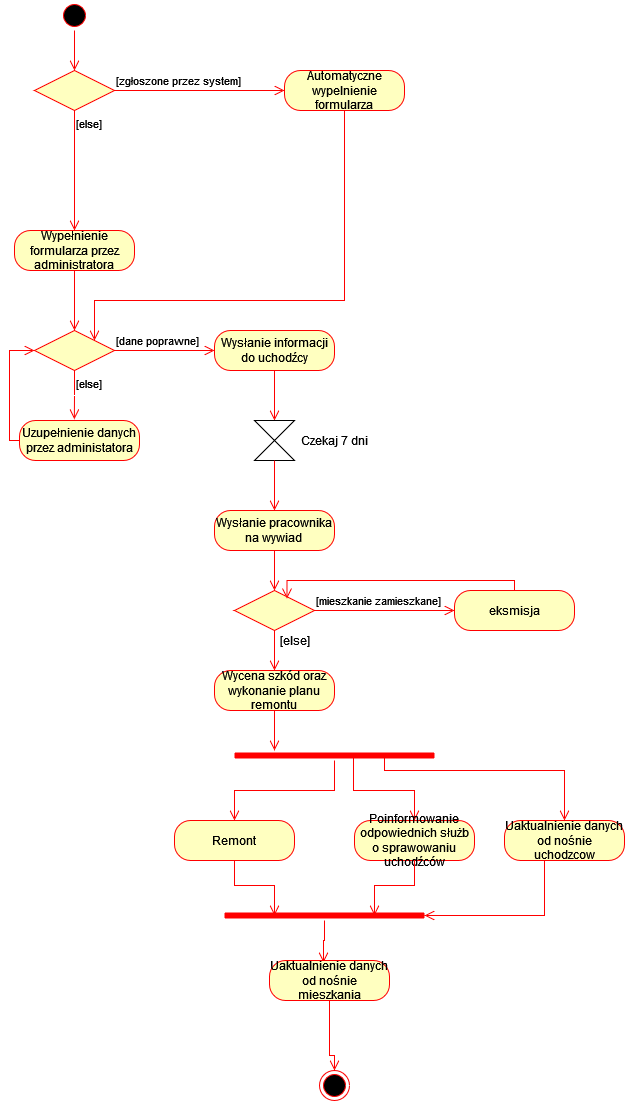
TheRipSon/inzyneria-oprogramowania keeps this draw.io diagram as diagramy czynności/diagramy/odebranie zakwaterowania.png. Above is the earlier version. Source tidied: cells renumbered, new cells last; positions are measured from the earlier drawing's top-left corner, leaving out a move shared by most shapes.
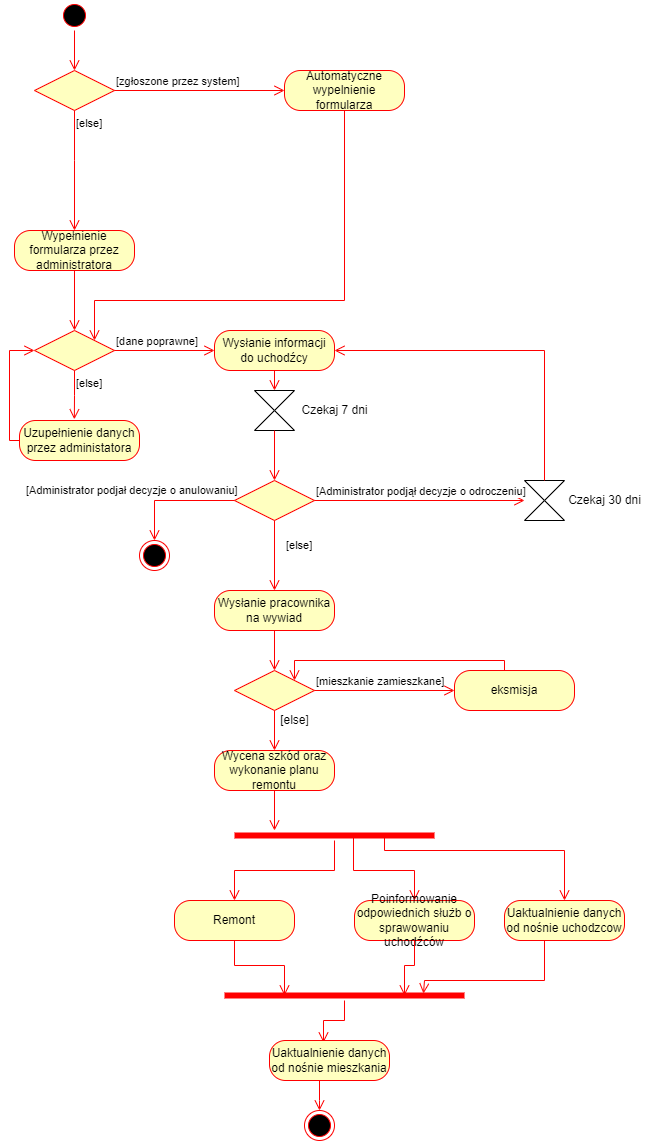
Above is the later version.

Diff of the diagram source:
```diff
@@ -3,13 +3,13 @@
     <mxCell id="0" />
     <mxCell id="1" parent="0" />
     <mxCell id="2" style="ellipse;html=1;shape=startState;fillColor=#000000;strokeColor=#ff0000;" parent="1" vertex="1">
-      <mxGeometry x="50" width="30" height="30" as="geometry" />
+      <mxGeometry x="50" y="-80" width="30" height="30" as="geometry" />
     </mxCell>
     <mxCell id="3" style="edgeStyle=orthogonalEdgeStyle;html=1;verticalAlign=bottom;endArrow=open;endSize=8;strokeColor=#ff0000;rounded=0;entryX=0.5;entryY=0;entryDx=0;entryDy=0;" parent="1" edge="1" source="2" target="4">
       <mxGeometry relative="1" as="geometry" />
     </mxCell>
     <mxCell id="4" style="rhombus;whiteSpace=wrap;html=1;fillColor=#ffffc0;strokeColor=#ff0000;" parent="1" vertex="1">
-      <mxGeometry x="25" y="70" width="80" height="40" as="geometry" />
+      <mxGeometry x="25" y="-10" width="80" height="40" as="geometry" />
     </mxCell>
     <mxCell id="5" value="[zgłoszone przez system]" style="edgeStyle=orthogonalEdgeStyle;html=1;align=left;verticalAlign=bottom;endArrow=open;endSize=8;strokeColor=#ff0000;rounded=0;entryX=0;entryY=0.5;entryDx=0;entryDy=0;" parent="1" edge="1" source="4" target="7">
       <mxGeometry x="-1" relative="1" as="geometry" />
@@ -17,32 +17,32 @@
     <mxCell id="6" value="[else]" style="edgeStyle=orthogonalEdgeStyle;html=1;align=left;verticalAlign=top;endArrow=open;endSize=8;strokeColor=#ff0000;rounded=0;entryX=0.5;entryY=0;entryDx=0;entryDy=0;" parent="1" edge="1" source="4" target="9">
       <mxGeometry x="-1" relative="1" as="geometry">
         <Array as="points">
-          <mxPoint x="65" y="160" />
-          <mxPoint x="65" y="160" />
+          <mxPoint x="65" y="80" />
+          <mxPoint x="65" y="80" />
         </Array>
       </mxGeometry>
     </mxCell>
     <mxCell id="7" value="Automatyczne wypelnienie formularza" style="rounded=1;whiteSpace=wrap;html=1;arcSize=40;fontColor=#000000;fillColor=#ffffc0;strokeColor=#ff0000;" parent="1" vertex="1">
-      <mxGeometry x="275" y="70" width="120" height="40" as="geometry" />
+      <mxGeometry x="275" y="-10" width="120" height="40" as="geometry" />
     </mxCell>
     <mxCell id="8" style="edgeStyle=orthogonalEdgeStyle;html=1;verticalAlign=bottom;endArrow=open;endSize=8;strokeColor=#ff0000;rounded=0;entryX=1;entryY=0;entryDx=0;entryDy=0;" parent="1" edge="1" source="7" target="11">
       <mxGeometry relative="1" as="geometry">
         <Array as="points">
-          <mxPoint x="335" y="300" />
-          <mxPoint x="85" y="300" />
+          <mxPoint x="335" y="220" />
+          <mxPoint x="85" y="220" />
         </Array>
       </mxGeometry>
     </mxCell>
     <mxCell id="9" value="Wypełnienie formularza przez administratora" style="rounded=1;whiteSpace=wrap;html=1;arcSize=40;fontColor=#000000;fillColor=#ffffc0;strokeColor=#ff0000;" parent="1" vertex="1">
-      <mxGeometry x="5" y="230" width="120" height="40" as="geometry" />
+      <mxGeometry x="5" y="150" width="120" height="40" as="geometry" />
     </mxCell>
     <mxCell id="10" style="edgeStyle=orthogonalEdgeStyle;html=1;verticalAlign=bottom;endArrow=open;endSize=8;strokeColor=#ff0000;rounded=0;" parent="1" edge="1" source="9">
       <mxGeometry relative="1" as="geometry">
-        <mxPoint x="65" y="330" as="targetPoint" />
+        <mxPoint x="65" y="250" as="targetPoint" />
       </mxGeometry>
     </mxCell>
     <mxCell id="11" style="rhombus;whiteSpace=wrap;html=1;fillColor=#ffffc0;strokeColor=#ff0000;" parent="1" vertex="1">
-      <mxGeometry x="25" y="330" width="80" height="40" as="geometry" />
+      <mxGeometry x="25" y="250" width="80" height="40" as="geometry" />
     </mxCell>
     <mxCell id="12" value="[dane poprawne]" style="edgeStyle=orthogonalEdgeStyle;html=1;align=left;verticalAlign=bottom;endArrow=open;endSize=8;strokeColor=#ff0000;rounded=0;entryX=0;entryY=0.5;entryDx=0;entryDy=0;" parent="1" edge="1" source="11" target="16">
       <mxGeometry x="-1" relative="1" as="geometry" />
@@ -51,29 +51,29 @@
       <mxGeometry x="-1" relative="1" as="geometry" />
     </mxCell>
     <mxCell id="14" value="Uzupełnienie danych przez administatora" style="rounded=1;whiteSpace=wrap;html=1;arcSize=40;fontColor=#000000;fillColor=#ffffc0;strokeColor=#ff0000;" parent="1" vertex="1">
-      <mxGeometry x="10" y="420" width="120" height="40" as="geometry" />
+      <mxGeometry x="10" y="340" width="120" height="40" as="geometry" />
     </mxCell>
     <mxCell id="15" style="edgeStyle=orthogonalEdgeStyle;html=1;verticalAlign=bottom;endArrow=open;endSize=8;strokeColor=#ff0000;rounded=0;entryX=0;entryY=0.5;entryDx=0;entryDy=0;" parent="1" edge="1" source="14" target="11">
       <mxGeometry relative="1" as="geometry">
         <Array as="points">
-          <mxPoint y="440" />
-          <mxPoint y="350" />
+          <mxPoint y="360" />
+          <mxPoint y="270" />
         </Array>
       </mxGeometry>
     </mxCell>
     <mxCell id="16" value="Wysłanie informacji do uchodźcy " style="rounded=1;whiteSpace=wrap;html=1;arcSize=40;fontColor=#000000;fillColor=#ffffc0;strokeColor=#ff0000;" parent="1" vertex="1">
-      <mxGeometry x="205" y="330" width="120" height="40" as="geometry" />
+      <mxGeometry x="205" y="250" width="120" height="40" as="geometry" />
     </mxCell>
     <mxCell id="17" style="edgeStyle=orthogonalEdgeStyle;html=1;verticalAlign=bottom;endArrow=open;endSize=8;strokeColor=#ff0000;rounded=0;entryX=0.5;entryY=0;entryDx=0;entryDy=0;" parent="1" edge="1" source="16" target="18">
       <mxGeometry relative="1" as="geometry" />
     </mxCell>
     <mxCell id="18" style="shape=collate;whiteSpace=wrap;html=1;" parent="1" vertex="1">
-      <mxGeometry x="245" y="420" width="40" height="40" as="geometry" />
+      <mxGeometry x="245" y="310" width="40" height="40" as="geometry" />
     </mxCell>
     <mxCell id="19" value="Czekaj 7 dni" style="text;html=1;align=center;verticalAlign=middle;strokeColor=none;fillColor=none;" parent="1" vertex="1">
-      <mxGeometry x="285" y="430" width="80" height="20" as="geometry" />
+      <mxGeometry x="285" y="320" width="80" height="20" as="geometry" />
     </mxCell>
-    <mxCell id="20" style="edgeStyle=orthogonalEdgeStyle;html=1;verticalAlign=bottom;endArrow=open;endSize=8;strokeColor=#ff0000;rounded=0;entryX=0.5;entryY=0;entryDx=0;entryDy=0;exitX=0.5;exitY=1;exitDx=0;exitDy=0;" parent="1" edge="1" source="18" target="21">
+    <mxCell id="20" style="edgeStyle=orthogonalEdgeStyle;html=1;verticalAlign=bottom;endArrow=open;endSize=8;strokeColor=#ff0000;rounded=0;exitX=0.5;exitY=1;exitDx=0;exitDy=0;entryX=0.5;entryY=0;entryDx=0;entryDy=0;" parent="1" edge="1" source="18" target="46">
       <mxGeometry relative="1" as="geometry" />
     </mxCell>
     <mxCell id="21" value="&lt;div&gt;Wysłanie pracownika&lt;/div&gt;&lt;div&gt;na wywiad&lt;br&gt;&lt;/div&gt;" style="rounded=1;whiteSpace=wrap;html=1;arcSize=40;fontColor=#000000;fillColor=#ffffc0;strokeColor=#ff0000;" parent="1" vertex="1">
@@ -94,11 +94,11 @@
     <mxCell id="26" value="eksmisja" style="rounded=1;whiteSpace=wrap;html=1;arcSize=40;fontColor=#000000;fillColor=#ffffc0;strokeColor=#ff0000;" parent="1" vertex="1">
       <mxGeometry x="445" y="590" width="120" height="40" as="geometry" />
     </mxCell>
-    <mxCell id="27" style="edgeStyle=orthogonalEdgeStyle;html=1;verticalAlign=bottom;endArrow=open;endSize=8;strokeColor=#ff0000;rounded=0;entryX=0.656;entryY=0.203;entryDx=0;entryDy=0;entryPerimeter=0;" parent="1" edge="1" source="26" target="23">
+    <mxCell id="27" style="edgeStyle=orthogonalEdgeStyle;html=1;verticalAlign=bottom;endArrow=open;endSize=8;strokeColor=#ff0000;rounded=0;entryX=1;entryY=0;entryDx=0;entryDy=0;" parent="1" edge="1" source="26" target="23">
       <mxGeometry relative="1" as="geometry">
         <Array as="points">
-          <mxPoint x="505" y="580" />
-          <mxPoint x="278" y="580" />
+          <mxPoint x="495" y="580" />
+          <mxPoint x="285" y="580" />
         </Array>
       </mxGeometry>
     </mxCell>
@@ -135,7 +135,7 @@
       <mxGeometry relative="1" as="geometry" />
     </mxCell>
     <mxCell id="38" style="shape=line;html=1;strokeWidth=6;strokeColor=#ff0000;" parent="1" vertex="1">
-      <mxGeometry x="215" y="910" width="200" height="10" as="geometry" />
+      <mxGeometry x="215" y="910" width="240" height="10" as="geometry" />
     </mxCell>
     <mxCell id="39" style="edgeStyle=orthogonalEdgeStyle;html=1;verticalAlign=bottom;endArrow=open;endSize=8;strokeColor=#ff0000;rounded=0;entryX=0.45;entryY=0.05;entryDx=0;entryDy=0;entryPerimeter=0;" parent="1" edge="1" source="38" target="40">
       <mxGeometry relative="1" as="geometry" />
@@ -146,19 +146,20 @@
     <mxCell id="41" style="edgeStyle=orthogonalEdgeStyle;html=1;verticalAlign=bottom;endArrow=open;endSize=8;strokeColor=#ff0000;rounded=0;entryX=0.5;entryY=0;entryDx=0;entryDy=0;" parent="1" edge="1" source="40" target="45">
       <mxGeometry relative="1" as="geometry">
         <Array as="points">
-          <mxPoint x="320" y="1055" />
-          <mxPoint x="325" y="1055" />
+          <mxPoint x="310" y="1020" />
+          <mxPoint x="310" y="1020" />
         </Array>
       </mxGeometry>
     </mxCell>
     <mxCell id="42" value="Uaktualnienie danych od nośnie uchodzcow" style="rounded=1;whiteSpace=wrap;html=1;arcSize=40;fontColor=#000000;fillColor=#ffffc0;strokeColor=#ff0000;" parent="1" vertex="1">
       <mxGeometry x="495" y="820" width="120" height="40" as="geometry" />
     </mxCell>
-    <mxCell id="43" style="edgeStyle=orthogonalEdgeStyle;html=1;verticalAlign=bottom;endArrow=open;endSize=8;strokeColor=#ff0000;rounded=0;exitX=0.5;exitY=1;exitDx=0;exitDy=0;entryX=1;entryY=0.5;entryDx=0;entryDy=0;entryPerimeter=0;" parent="1" edge="1" source="42" target="38">
+    <mxCell id="43" style="edgeStyle=orthogonalEdgeStyle;html=1;verticalAlign=bottom;endArrow=open;endSize=8;strokeColor=#ff0000;rounded=0;exitX=0.5;exitY=1;exitDx=0;exitDy=0;entryX=0.829;entryY=0.3;entryDx=0;entryDy=0;entryPerimeter=0;" parent="1" edge="1" source="42" target="38">
       <mxGeometry relative="1" as="geometry">
         <Array as="points">
           <mxPoint x="535" y="860" />
-          <mxPoint x="535" y="915" />
+          <mxPoint x="535" y="900" />
+          <mxPoint x="415" y="900" />
         </Array>
       </mxGeometry>
     </mxCell>
@@ -171,7 +172,33 @@
       </mxGeometry>
     </mxCell>
     <mxCell id="45" style="ellipse;html=1;shape=endState;fillColor=#000000;strokeColor=#ff0000;" parent="1" vertex="1">
-      <mxGeometry x="310" y="1070" width="30" height="30" as="geometry" />
+      <mxGeometry x="295" y="1030" width="30" height="30" as="geometry" />
     </mxCell>
+    <mxCell id="46" style="rhombus;whiteSpace=wrap;html=1;fillColor=#ffffc0;strokeColor=#ff0000;" parent="1" vertex="1">
+      <mxGeometry x="225" y="400" width="80" height="40" as="geometry" />
+    </mxCell>
+    <mxCell id="47" value="[Administrator podjął decyzje o odroczeniu]" style="edgeStyle=orthogonalEdgeStyle;html=1;align=left;verticalAlign=bottom;endArrow=open;endSize=8;strokeColor=#ff0000;rounded=0;entryX=0;entryY=0.5;entryDx=0;entryDy=0;" parent="1" edge="1" source="46" target="49">
+      <mxGeometry x="-1" relative="1" as="geometry" />
+    </mxCell>
+    <mxCell id="48" value="[else]" style="edgeStyle=orthogonalEdgeStyle;html=1;align=left;verticalAlign=top;endArrow=open;endSize=8;strokeColor=#ff0000;rounded=0;entryX=0.5;entryY=0;entryDx=0;entryDy=0;" parent="1" edge="1" source="46" target="21">
+      <mxGeometry x="-0.67" y="10" relative="1" as="geometry" />
+    </mxCell>
+    <mxCell id="49" style="shape=collate;whiteSpace=wrap;html=1;" parent="1" vertex="1">
+      <mxGeometry x="515" y="400" width="40" height="40" as="geometry" />
+    </mxCell>
+    <mxCell id="50" value="Czekaj 30 dni" style="text;html=1;align=center;verticalAlign=middle;strokeColor=none;fillColor=none;" parent="1" vertex="1">
+      <mxGeometry x="550" y="410" width="90" height="20" as="geometry" />
+    </mxCell>
+    <mxCell id="51" style="edgeStyle=orthogonalEdgeStyle;html=1;align=left;verticalAlign=bottom;endArrow=open;endSize=8;strokeColor=#ff0000;rounded=0;entryX=1;entryY=0.5;entryDx=0;entryDy=0;exitX=0.5;exitY=0;exitDx=0;exitDy=0;" parent="1" edge="1" source="49" target="16">
+      <mxGeometry x="-1" relative="1" as="geometry" />
+    </mxCell>
+    <mxCell id="52" value="[Administrator podjał decyzje o anulowaniu]" style="edgeStyle=orthogonalEdgeStyle;html=1;align=left;verticalAlign=top;endArrow=open;endSize=8;strokeColor=#ff0000;rounded=0;exitX=0;exitY=0.5;exitDx=0;exitDy=0;entryX=0.5;entryY=0;entryDx=0;entryDy=0;" parent="1" edge="1" source="46" target="53">
+      <mxGeometry x="0.45" y="-133" relative="1" as="geometry">
+        <mxPoint x="3" y="-30" as="offset" />
+      </mxGeometry>
+    </mxCell>
+    <mxCell id="53" style="ellipse;html=1;shape=endState;fillColor=#000000;strokeColor=#ff0000;" parent="1" vertex="1">
+      <mxGeometry x="130" y="460" width="30" height="30" as="geometry" />
+    </mxCell>
   </root>
 </mxGraphModel>
```
